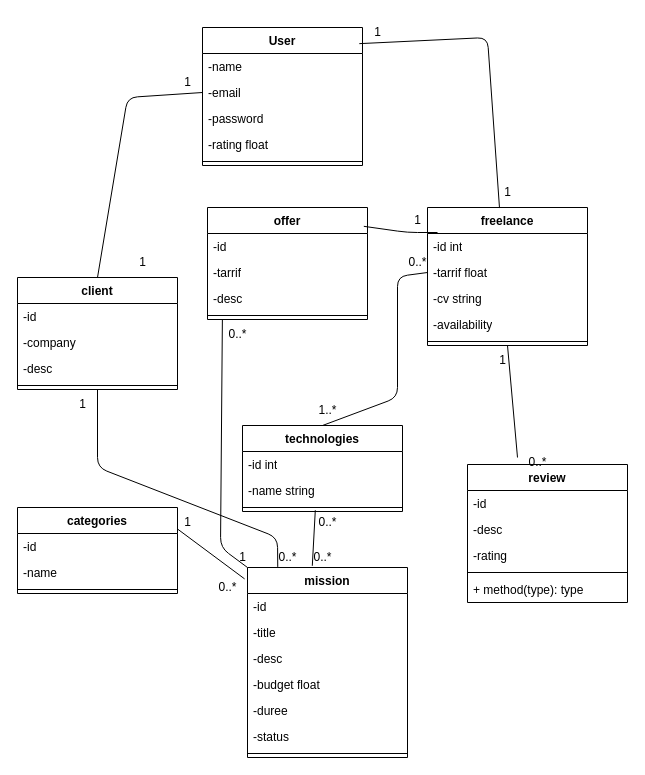
Above: app/diagrammes/dgm_classes.drawio in Ammar-Kasimi/backEnd_freelance (draw.io), before the change. Source tidied: cells renumbered, new cells numbered last; positions are measured from the earlier drawing's top-left corner, leaving out a move shared by most shapes. Both pictures are drawn from the tidied source at 100%, with x=0, y=0 at pixel (17, 17).
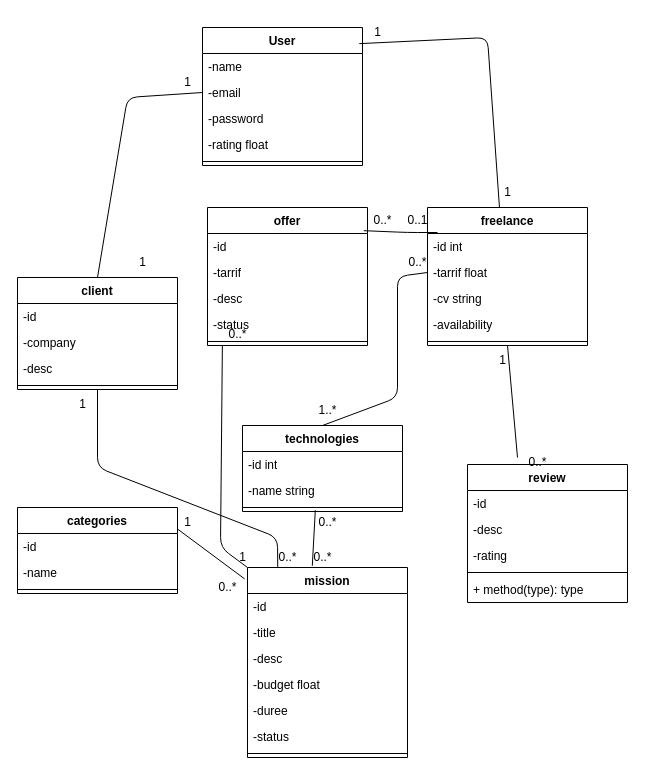
The same diagram, later.

Diff of the diagram source:
```diff
@@
     <mxCell id="59" value="offer" style="swimlane;fontStyle=1;align=center;verticalAlign=top;horizontal=1;startSize=26;whiteSpace=wrap;html=1;" parent="1" vertex="1">
-      <mxGeometry x="190" y="190" width="160" height="112" as="geometry" />
+      <mxGeometry x="190" y="190" width="160" height="138" as="geometry" />
     </mxCell>
@@
+    <mxCell id="72" value="-status" style="text;strokeColor=none;fillColor=none;align=left;verticalAlign=top;spacingLeft=4;spacingRight=4;overflow=hidden;whiteSpace=wrap;html=1;" parent="59" vertex="1">
+      <mxGeometry y="104" width="160" height="26" as="geometry" />
+    </mxCell>
     <mxCell id="63" style="line;strokeWidth=1;fillColor=none;align=left;verticalAlign=middle;spacingTop=-1;spacingLeft=3;spacingRight=3;labelPosition=right;points=[];portConstraint=eastwest;strokeColor=inherit;" parent="59" vertex="1">
-      <mxGeometry y="104" width="160" height="8" as="geometry" />
+      <mxGeometry y="130" width="160" height="8" as="geometry" />
     </mxCell>
@@
-    <mxCell id="71" value="1" style="text;html=1;align=center;verticalAlign=middle;strokeColor=none;fillColor=none;" parent="1" vertex="1">
-      <mxGeometry x="385" y="188" width="30" height="30" as="geometry" />
+    <mxCell id="71" value="0..1" style="text;html=1;align=center;verticalAlign=middle;strokeColor=none;fillColor=none;" parent="1" vertex="1">
+      <mxGeometry x="380" y="188" width="40" height="30" as="geometry" />
     </mxCell>
+    <mxCell id="73" value="0..*" style="text;html=1;align=center;verticalAlign=middle;strokeColor=none;fillColor=none;" parent="1" vertex="1">
+      <mxGeometry x="345" y="188" width="40" height="30" as="geometry" />
+    </mxCell>
```
